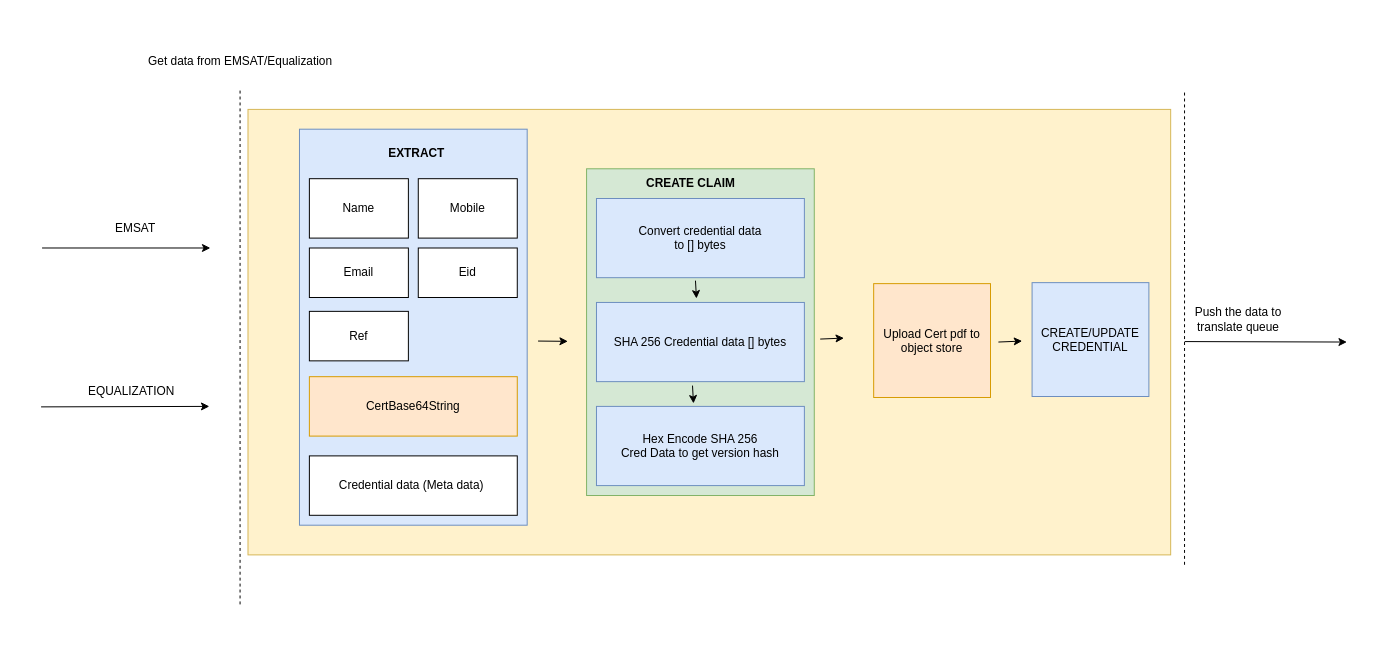
Above: Untitled Diagram.drawio in mkhululincube/swagger (draw.io), before the change. Source tidied: cells renumbered, new cells numbered last; positions are measured from the earlier drawing's top-left corner, leaving out a move shared by most shapes. Both pictures are drawn from the tidied source at 99%, with x=0, y=0 at pixel (41, 47).
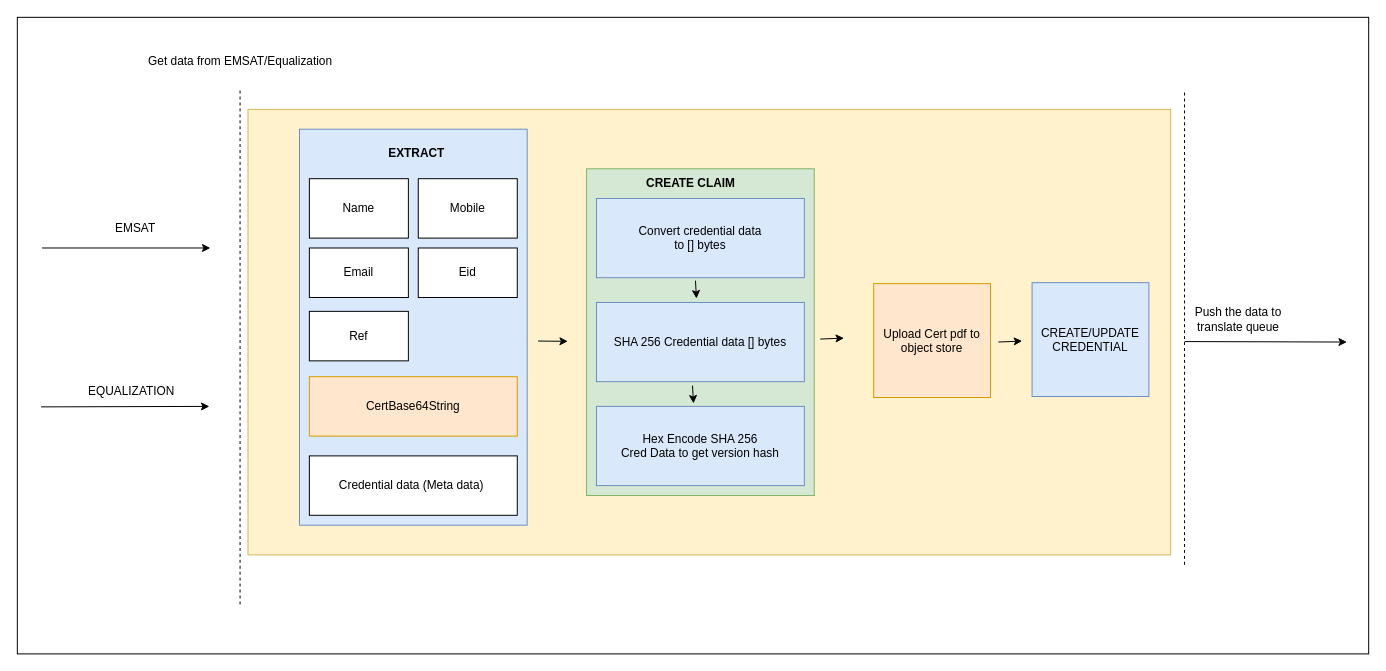
The same diagram, later.

What changed in the source:
```diff
@@
+    <mxCell id="34" style="rounded=0;whiteSpace=wrap;html=1;" parent="1" vertex="1">
+      <mxGeometry x="-24" y="-30" width="1365" height="643" as="geometry" />
+    </mxCell>
```
